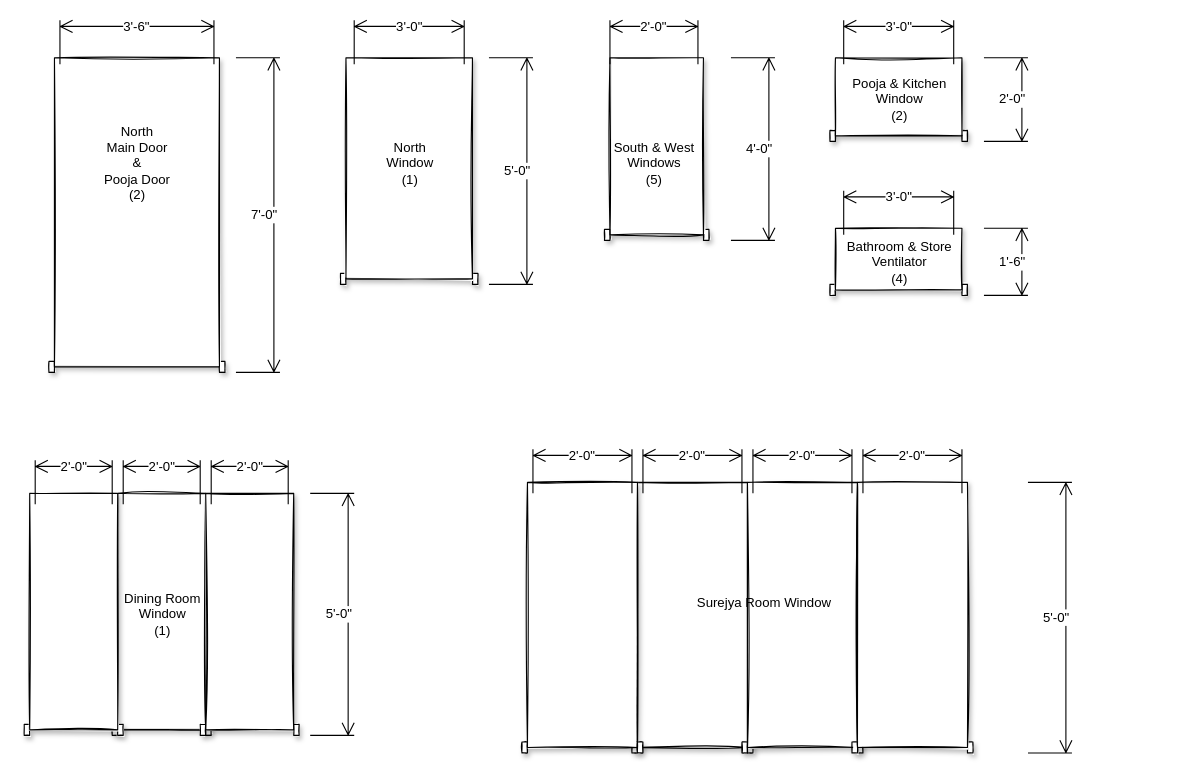
Earlier version of the draw.io diagram page "GF Doors" (1 of 2) of Doors_Windows.drawio (gudiseva/arvind). Source tidied: cells renumbered, new cells numbered last; positions are measured from the earlier drawing's top-left corner, leaving out a move shared by most shapes. Both pictures are drawn from the tidied source at 110%, with x=0, y=0 at pixel (24, 20).
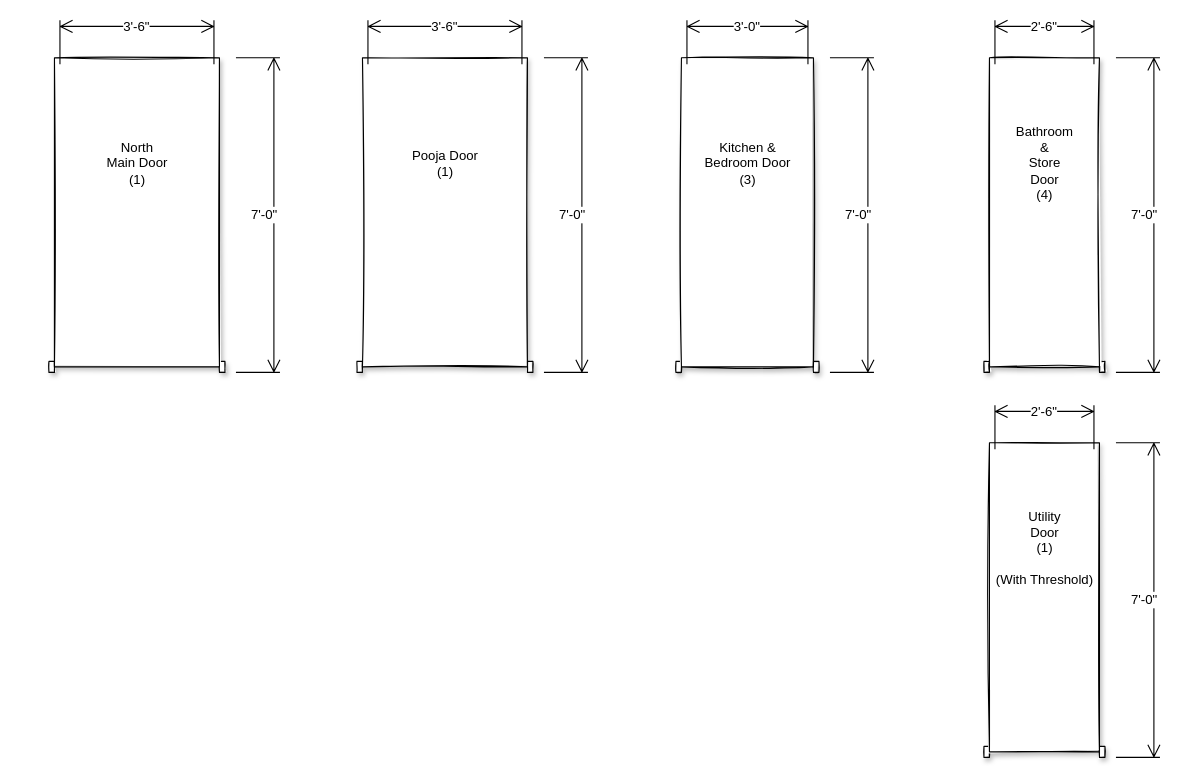
Above is the later version.

Change to the diagram source:
```diff
@@
-    <mxCell id="2" style="verticalLabelPosition=bottom;html=1;verticalAlign=top;align=center;shape=mxgraph.floorplan.doorOverhead;shadow=1;sketch=1;gradientColor=none;" parent="1" vertex="1">
-      <mxGeometry x="79.5" y="430" width="90" height="220" as="geometry" />
-    </mxCell>
-    <mxCell id="3" style="verticalLabelPosition=bottom;html=1;verticalAlign=top;align=center;shape=mxgraph.floorplan.doorOverhead;shadow=1;sketch=1;gradientColor=none;" parent="1" vertex="1">
-      <mxGeometry x="159.5" y="430" width="90" height="220" as="geometry" />
-    </mxCell>
@@
-    <mxCell id="7" value="North&lt;br&gt;Main Door&lt;br&gt;&amp;amp;&lt;br&gt;Pooja Door&lt;br&gt;(2)" style="text;html=1;align=center;verticalAlign=middle;fillColor=none;strokeColor=none;rounded=0;shadow=1;sketch=1;" parent="1" vertex="1">
-      <mxGeometry x="62" y="90" width="80" height="80" as="geometry" />
+    <mxCell id="7" value="North&lt;br&gt;Main Door&lt;br&gt;(1)" style="text;html=1;align=center;verticalAlign=middle;fillColor=none;strokeColor=none;rounded=0;shadow=1;sketch=1;" parent="1" vertex="1">
+      <mxGeometry x="67" y="105" width="70" height="50" as="geometry" />
     </mxCell>
-    <mxCell id="8" style="verticalLabelPosition=bottom;html=1;verticalAlign=top;align=center;shape=mxgraph.floorplan.doorOverhead;shadow=1;sketch=1;gradientColor=none;" parent="1" vertex="1">
-      <mxGeometry x="287" y="34" width="125" height="206" as="geometry" />
-    </mxCell>
-    <mxCell id="9" value="3'-0&quot;" style="shape=dimension;direction=west;whiteSpace=wrap;html=1;align=center;verticalAlign=top;spacingTop=-8;labelBackgroundColor=#ffffff;" parent="1" vertex="1">
-      <mxGeometry x="299.5" width="100" height="40" as="geometry" />
-    </mxCell>
-    <mxCell id="10" value="5'-0&quot;" style="shape=dimension;direction=north;whiteSpace=wrap;html=1;align=right;verticalAlign=middle;labelBackgroundColor=#ffffff;shadow=0;sketch=0;gradientColor=none;" parent="1" vertex="1">
-      <mxGeometry x="422" y="34" width="40" height="206" as="geometry" />
-    </mxCell>
-    <mxCell id="11" value="North&lt;br&gt;Window&lt;br&gt;(1)" style="text;html=1;align=center;verticalAlign=middle;fillColor=none;strokeColor=none;rounded=0;shadow=1;sketch=1;" parent="1" vertex="1">
-      <mxGeometry x="319.5" y="105" width="60" height="50" as="geometry" />
-    </mxCell>
-    <mxCell id="12" style="verticalLabelPosition=bottom;html=1;verticalAlign=top;align=center;shape=mxgraph.floorplan.doorOverhead;shadow=1;sketch=1;gradientColor=none;" parent="1" vertex="1">
-      <mxGeometry x="552" y="420" width="110" height="246" as="geometry" />
-    </mxCell>
-    <mxCell id="13" style="verticalLabelPosition=bottom;html=1;verticalAlign=top;align=center;shape=mxgraph.floorplan.doorOverhead;shadow=1;sketch=1;gradientColor=none;" parent="1" vertex="1">
-      <mxGeometry x="652" y="420" width="110" height="246" as="geometry" />
-    </mxCell>
-    <mxCell id="14" style="verticalLabelPosition=bottom;html=1;verticalAlign=top;align=center;shape=mxgraph.floorplan.doorOverhead;shadow=1;sketch=1;gradientColor=none;" parent="1" vertex="1">
-      <mxGeometry x="752" y="420" width="110" height="246" as="geometry" />
-    </mxCell>
-    <mxCell id="15" style="verticalLabelPosition=bottom;html=1;verticalAlign=top;align=center;shape=mxgraph.floorplan.doorOverhead;shadow=1;sketch=1;gradientColor=none;" parent="1" vertex="1">
-      <mxGeometry x="452" y="420" width="110" height="246" as="geometry" />
-    </mxCell>
-    <mxCell id="16" value="5'-0&quot;" style="shape=dimension;direction=north;whiteSpace=wrap;html=1;align=right;verticalAlign=middle;labelBackgroundColor=#ffffff;shadow=0;sketch=0;gradientColor=none;" parent="1" vertex="1">
-      <mxGeometry x="912" y="420" width="40" height="246" as="geometry" />
-    </mxCell>
-    <mxCell id="17" value="2'-0&quot;" style="shape=dimension;direction=west;whiteSpace=wrap;html=1;align=center;verticalAlign=top;spacingTop=-8;labelBackgroundColor=#ffffff;" parent="1" vertex="1">
-      <mxGeometry x="462" y="390" width="90" height="40" as="geometry" />
-    </mxCell>
-    <mxCell id="18" value="2'-0&quot;" style="shape=dimension;direction=west;whiteSpace=wrap;html=1;align=center;verticalAlign=top;spacingTop=-8;labelBackgroundColor=#ffffff;" parent="1" vertex="1">
-      <mxGeometry x="562" y="390" width="90" height="40" as="geometry" />
-    </mxCell>
-    <mxCell id="19" value="2'-0&quot;" style="shape=dimension;direction=west;whiteSpace=wrap;html=1;align=center;verticalAlign=top;spacingTop=-8;labelBackgroundColor=#ffffff;" parent="1" vertex="1">
-      <mxGeometry x="662" y="390" width="90" height="40" as="geometry" />
-    </mxCell>
-    <mxCell id="20" value="2'-0&quot;" style="shape=dimension;direction=west;whiteSpace=wrap;html=1;align=center;verticalAlign=top;spacingTop=-8;labelBackgroundColor=#ffffff;" parent="1" vertex="1">
-      <mxGeometry x="762" y="390" width="90" height="40" as="geometry" />
-    </mxCell>
-    <mxCell id="21" value="Surejya Room Window" style="text;html=1;align=center;verticalAlign=middle;fillColor=none;strokeColor=none;rounded=0;shadow=0;sketch=0;" parent="1" vertex="1">
-      <mxGeometry x="602" y="520" width="140" height="20" as="geometry" />
-    </mxCell>
-    <mxCell id="22" style="verticalLabelPosition=bottom;html=1;verticalAlign=top;align=center;shape=mxgraph.floorplan.doorOverhead;shadow=1;sketch=1;gradientColor=none;" parent="1" vertex="1">
-      <mxGeometry x="527" y="34" width="95" height="166" as="geometry" />
-    </mxCell>
-    <mxCell id="23" value="2'-0&quot;" style="shape=dimension;direction=west;whiteSpace=wrap;html=1;align=center;verticalAlign=top;spacingTop=-8;labelBackgroundColor=#ffffff;" parent="1" vertex="1">
-      <mxGeometry x="532" width="80" height="40" as="geometry" />
-    </mxCell>
-    <mxCell id="24" value="4'-0&quot;" style="shape=dimension;direction=north;whiteSpace=wrap;html=1;align=right;verticalAlign=middle;labelBackgroundColor=#ffffff;shadow=0;sketch=0;gradientColor=none;" parent="1" vertex="1">
-      <mxGeometry x="642" y="34" width="40" height="166" as="geometry" />
-    </mxCell>
-    <mxCell id="25" value="South &amp;amp; West&lt;br&gt;Windows&lt;br&gt;(5)" style="text;html=1;align=center;verticalAlign=middle;fillColor=none;strokeColor=none;rounded=0;shadow=0;sketch=0;" parent="1" vertex="1">
-      <mxGeometry x="527" y="105" width="90" height="50" as="geometry" />
-    </mxCell>
-    <mxCell id="26" style="verticalLabelPosition=bottom;html=1;verticalAlign=top;align=center;shape=mxgraph.floorplan.doorOverhead;shadow=1;sketch=1;gradientColor=none;" parent="1" vertex="1">
-      <mxGeometry x="-0.5" y="430" width="90" height="220" as="geometry" />
-    </mxCell>
-    <mxCell id="27" value="5'-0&quot;" style="shape=dimension;direction=north;whiteSpace=wrap;html=1;align=right;verticalAlign=middle;labelBackgroundColor=#ffffff;shadow=0;sketch=0;gradientColor=none;" parent="1" vertex="1">
-      <mxGeometry x="259.5" y="430" width="40" height="220" as="geometry" />
-    </mxCell>
-    <mxCell id="28" value="2'-0&quot;" style="shape=dimension;direction=west;whiteSpace=wrap;html=1;align=center;verticalAlign=top;spacingTop=-8;labelBackgroundColor=#ffffff;" parent="1" vertex="1">
-      <mxGeometry x="9.5" y="400" width="70" height="40" as="geometry" />
-    </mxCell>
-    <mxCell id="29" value="2'-0&quot;" style="shape=dimension;direction=west;whiteSpace=wrap;html=1;align=center;verticalAlign=top;spacingTop=-8;labelBackgroundColor=#ffffff;" parent="1" vertex="1">
-      <mxGeometry x="89.5" y="400" width="70" height="40" as="geometry" />
-    </mxCell>
-    <mxCell id="30" value="2'-0&quot;" style="shape=dimension;direction=west;whiteSpace=wrap;html=1;align=center;verticalAlign=top;spacingTop=-8;labelBackgroundColor=#ffffff;" parent="1" vertex="1">
-      <mxGeometry x="169.5" y="400" width="70" height="40" as="geometry" />
-    </mxCell>
-    <mxCell id="31" style="verticalLabelPosition=bottom;html=1;verticalAlign=top;align=center;shape=mxgraph.floorplan.doorOverhead;shadow=1;sketch=1;gradientColor=none;" parent="1" vertex="1">
-      <mxGeometry x="732" y="34" width="125" height="76" as="geometry" />
-    </mxCell>
-    <mxCell id="32" value="3'-0&quot;" style="shape=dimension;direction=west;whiteSpace=wrap;html=1;align=center;verticalAlign=top;spacingTop=-8;labelBackgroundColor=#ffffff;" parent="1" vertex="1">
-      <mxGeometry x="744.5" width="100" height="40" as="geometry" />
-    </mxCell>
-    <mxCell id="33" value="2'-0&quot;" style="shape=dimension;direction=north;whiteSpace=wrap;html=1;align=right;verticalAlign=middle;labelBackgroundColor=#ffffff;shadow=0;sketch=0;gradientColor=none;" parent="1" vertex="1">
-      <mxGeometry x="872" y="34" width="40" height="76" as="geometry" />
-    </mxCell>
-    <mxCell id="34" value="Pooja &amp;amp; Kitchen&lt;br&gt;Window&lt;br&gt;(2)" style="text;html=1;align=center;verticalAlign=middle;fillColor=none;strokeColor=none;rounded=0;shadow=0;sketch=0;" parent="1" vertex="1">
-      <mxGeometry x="744.5" y="47" width="100" height="50" as="geometry" />
-    </mxCell>
-    <mxCell id="35" style="verticalLabelPosition=bottom;html=1;verticalAlign=top;align=center;shape=mxgraph.floorplan.doorOverhead;shadow=1;sketch=1;gradientColor=none;" parent="1" vertex="1">
-      <mxGeometry x="732" y="189" width="125" height="61" as="geometry" />
-    </mxCell>
-    <mxCell id="36" value="3'-0&quot;" style="shape=dimension;direction=west;whiteSpace=wrap;html=1;align=center;verticalAlign=top;spacingTop=-8;labelBackgroundColor=#ffffff;" parent="1" vertex="1">
-      <mxGeometry x="744.5" y="155" width="100" height="40" as="geometry" />
-    </mxCell>
-    <mxCell id="37" value="1'-6&quot;" style="shape=dimension;direction=north;whiteSpace=wrap;html=1;align=right;verticalAlign=middle;labelBackgroundColor=#ffffff;shadow=0;sketch=0;gradientColor=none;" parent="1" vertex="1">
-      <mxGeometry x="872" y="189" width="40" height="61" as="geometry" />
-    </mxCell>
-    <mxCell id="38" value="Bathroom &amp;amp; Store&lt;br&gt;Ventilator&lt;br&gt;(4)" style="text;html=1;align=center;verticalAlign=middle;fillColor=none;strokeColor=none;rounded=0;shadow=0;sketch=0;" parent="1" vertex="1">
-      <mxGeometry x="739.5" y="195" width="110" height="50" as="geometry" />
-    </mxCell>
-    <mxCell id="39" value="Dining Room&lt;br&gt;Window&lt;br&gt;(1)" style="text;html=1;align=center;verticalAlign=middle;fillColor=none;strokeColor=none;rounded=0;shadow=0;sketch=0;" parent="1" vertex="1">
-      <mxGeometry x="84.5" y="515" width="80" height="50" as="geometry" />
-    </mxCell>
+    <mxCell id="40" style="verticalLabelPosition=bottom;html=1;verticalAlign=top;align=center;shape=mxgraph.floorplan.doorOverhead;gradientColor=none;shadow=1;sketch=1;" parent="1" vertex="1">
+      <mxGeometry x="302" y="34" width="160" height="286" as="geometry" />
+    </mxCell>
+    <mxCell id="41" value="3'-6&quot;" style="shape=dimension;direction=west;whiteSpace=wrap;html=1;align=center;verticalAlign=top;spacingTop=-8;labelBackgroundColor=#ffffff;" parent="1" vertex="1">
+      <mxGeometry x="312" width="140" height="40" as="geometry" />
+    </mxCell>
+    <mxCell id="42" value="7'-0&quot;" style="shape=dimension;direction=north;whiteSpace=wrap;html=1;align=right;verticalAlign=middle;labelBackgroundColor=#ffffff;shadow=0;sketch=0;gradientColor=none;" parent="1" vertex="1">
+      <mxGeometry x="472" y="34" width="40" height="286" as="geometry" />
+    </mxCell>
+    <mxCell id="43" value="Pooja Door&lt;br&gt;(1)" style="text;html=1;align=center;verticalAlign=middle;fillColor=none;strokeColor=none;rounded=0;shadow=1;sketch=1;" parent="1" vertex="1">
+      <mxGeometry x="342" y="115" width="80" height="30" as="geometry" />
+    </mxCell>
+    <mxCell id="44" style="verticalLabelPosition=bottom;html=1;verticalAlign=top;align=center;shape=mxgraph.floorplan.doorOverhead;gradientColor=none;shadow=1;sketch=1;" parent="1" vertex="1">
+      <mxGeometry x="592" y="34" width="130" height="286" as="geometry" />
+    </mxCell>
+    <mxCell id="45" value="3'-0&quot;" style="shape=dimension;direction=west;whiteSpace=wrap;html=1;align=center;verticalAlign=top;spacingTop=-8;labelBackgroundColor=#ffffff;" parent="1" vertex="1">
+      <mxGeometry x="602" width="110" height="40" as="geometry" />
+    </mxCell>
+    <mxCell id="46" value="7'-0&quot;" style="shape=dimension;direction=north;whiteSpace=wrap;html=1;align=right;verticalAlign=middle;labelBackgroundColor=#ffffff;shadow=0;sketch=0;gradientColor=none;" parent="1" vertex="1">
+      <mxGeometry x="732" y="34" width="40" height="286" as="geometry" />
+    </mxCell>
+    <mxCell id="47" value="Kitchen &amp;amp;&lt;br&gt;Bedroom Door&lt;br&gt;(3)" style="text;html=1;align=center;verticalAlign=middle;fillColor=none;strokeColor=none;rounded=0;shadow=1;sketch=1;" parent="1" vertex="1">
+      <mxGeometry x="612" y="105" width="90" height="50" as="geometry" />
+    </mxCell>
+    <mxCell id="48" style="verticalLabelPosition=bottom;html=1;verticalAlign=top;align=center;shape=mxgraph.floorplan.doorOverhead;gradientColor=none;shadow=1;sketch=1;" parent="1" vertex="1">
+      <mxGeometry x="872" y="34" width="110" height="286" as="geometry" />
+    </mxCell>
+    <mxCell id="49" value="2'-6&quot;" style="shape=dimension;direction=west;whiteSpace=wrap;html=1;align=center;verticalAlign=top;spacingTop=-8;labelBackgroundColor=#ffffff;" parent="1" vertex="1">
+      <mxGeometry x="882" width="90" height="40" as="geometry" />
+    </mxCell>
+    <mxCell id="50" value="7'-0&quot;" style="shape=dimension;direction=north;whiteSpace=wrap;html=1;align=right;verticalAlign=middle;labelBackgroundColor=#ffffff;shadow=0;sketch=0;gradientColor=none;" parent="1" vertex="1">
+      <mxGeometry x="992" y="34" width="40" height="286" as="geometry" />
+    </mxCell>
+    <mxCell id="51" value="Bathroom&lt;br&gt;&amp;amp;&lt;br&gt;Store&lt;br&gt;Door&lt;br&gt;(4)" style="text;html=1;align=center;verticalAlign=middle;fillColor=none;strokeColor=none;rounded=0;shadow=1;sketch=1;" parent="1" vertex="1">
+      <mxGeometry x="892" y="90" width="70" height="80" as="geometry" />
+    </mxCell>
+    <mxCell id="52" style="verticalLabelPosition=bottom;html=1;verticalAlign=top;align=center;shape=mxgraph.floorplan.doorOverhead;gradientColor=none;shadow=1;sketch=1;" parent="1" vertex="1">
+      <mxGeometry x="872" y="384" width="110" height="286" as="geometry" />
+    </mxCell>
+    <mxCell id="53" value="2'-6&quot;" style="shape=dimension;direction=west;whiteSpace=wrap;html=1;align=center;verticalAlign=top;spacingTop=-8;labelBackgroundColor=#ffffff;" parent="1" vertex="1">
+      <mxGeometry x="882" y="350" width="90" height="40" as="geometry" />
+    </mxCell>
+    <mxCell id="54" value="7'-0&quot;" style="shape=dimension;direction=north;whiteSpace=wrap;html=1;align=right;verticalAlign=middle;labelBackgroundColor=#ffffff;shadow=0;sketch=0;gradientColor=none;" parent="1" vertex="1">
+      <mxGeometry x="992" y="384" width="40" height="286" as="geometry" />
+    </mxCell>
+    <mxCell id="55" value="Utility&lt;br&gt;Door&lt;br&gt;(1)&lt;br&gt;&lt;br&gt;(With Threshold)" style="text;html=1;align=center;verticalAlign=middle;fillColor=none;strokeColor=none;rounded=0;shadow=1;sketch=1;" parent="1" vertex="1">
+      <mxGeometry x="877" y="440" width="100" height="80" as="geometry" />
+    </mxCell>
```
